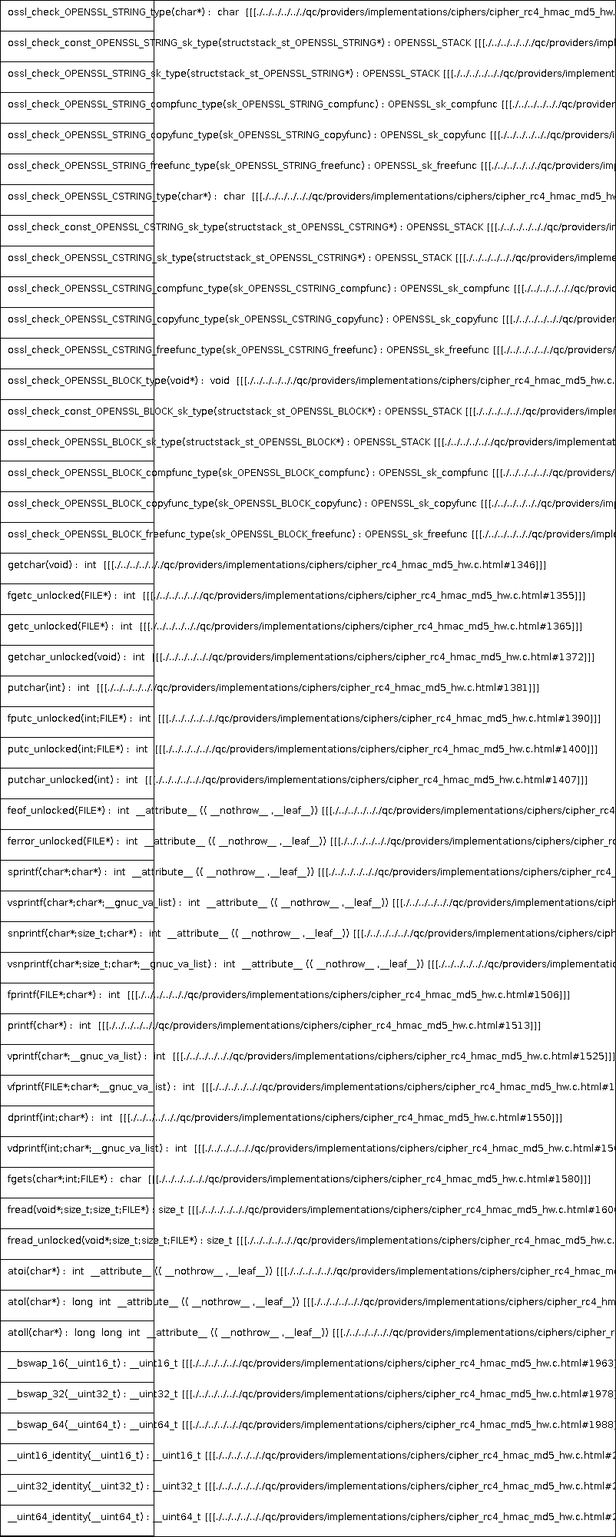
Before: docs/qc/providers/implementations/ciphers/cipher_rc4_hmac_md5_hw.c.png, a diagram exported from PlantUML (qualitesys/openssl). Its source is kept beside it as docs/qc/providers/implementations/ciphers/cipher_rc4_hmac_md5_hw.c.puml.
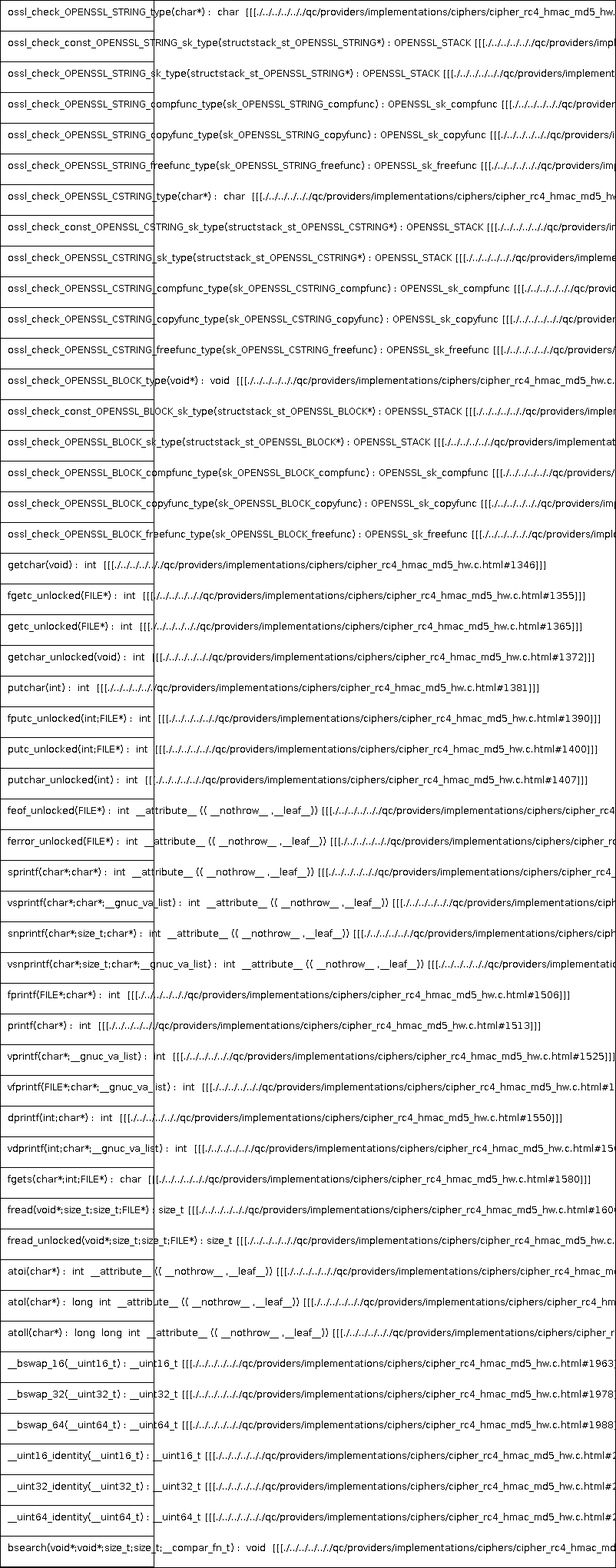
After the commit.

What changed in the source:
```diff
@@ -51,5 +51,6 @@
 __uint16_identity(__uint16_t) : __uint16_t [[[./../../../.././qc/providers/implementations/ciphers/cipher_rc4_hmac_md5_hw.c.html#2000]]]
 __uint32_identity(__uint32_t) : __uint32_t [[[./../../../.././qc/providers/implementations/ciphers/cipher_rc4_hmac_md5_hw.c.html#2006]]]
 __uint64_identity(__uint64_t) : __uint64_t [[[./../../../.././qc/providers/implementations/ciphers/cipher_rc4_hmac_md5_hw.c.html#2012]]]
+bsearch(void*;void*;size_t;size_t;__compar_fn_t) :  void  [[[./../../../.././qc/providers/implementations/ciphers/cipher_rc4_hmac_md5_hw.c.html#2680]]]
 }
 @enduml
```
